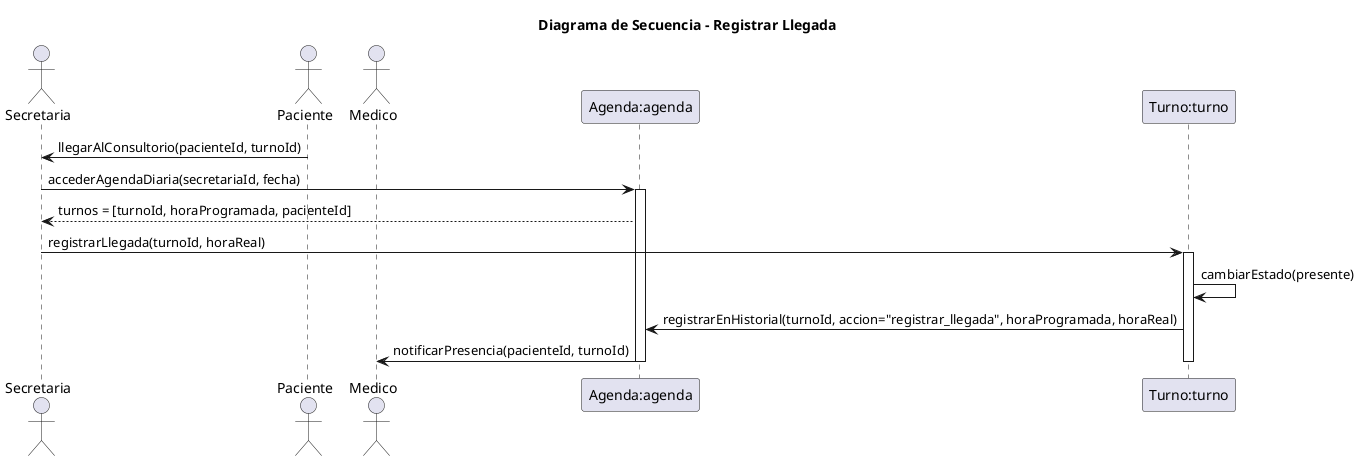
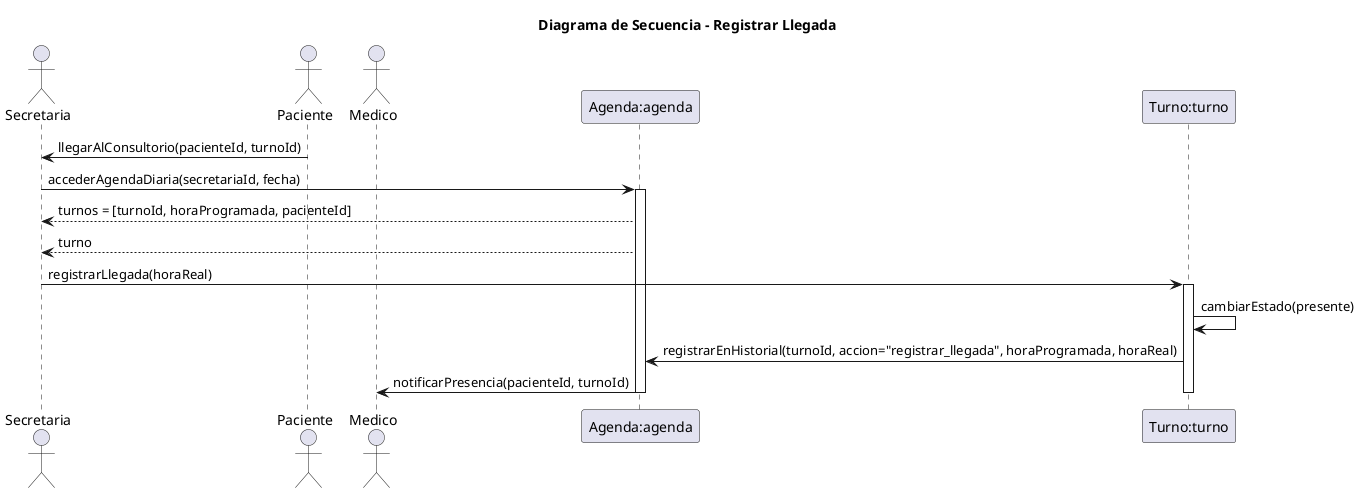
@startuml 05-secuencia-registrar-llegada-04

title Diagrama de Secuencia - Registrar Llegada
' Nombre del escenario: Registrar Llegada del Paciente - Flujo Principal
' Archivo: diagramas/03-escenarios-casos-de-uso/03-registrar-llegada-flujo-principal.md
' Objetivo: Representar el registro de llegada de un paciente en el día de la cita, involucrando secretaria, paciente, médico y sistema, basado en responsabilidades de CRC (Secretaria gestiona turnos, Turno modifica estados, Medico atiende pacientes, Agenda muestra turnos).

actor Secretaria as secretaria
actor Paciente as paciente
actor Medico as medico
participant "Agenda:agenda" as agenda
participant "Turno:turno" as turno

paciente -> secretaria: llegarAlConsultorio(pacienteId, turnoId)

secretaria -> agenda: accederAgendaDiaria(secretariaId, fecha)
activate agenda

agenda --> secretaria: turnos = [turnoId, horaProgramada, pacienteId]
- secretaria -> turno: registrarLlegada(turnoId, horaReal)
+ agenda --> secretaria: turno
+ secretaria -> turno: registrarLlegada(horaReal)
activate turno

turno -> turno: cambiarEstado(presente)
turno -> agenda: registrarEnHistorial(turnoId, accion="registrar_llegada", horaProgramada, horaReal)

agenda -> medico: notificarPresencia(pacienteId, turnoId)

deactivate turno
deactivate agenda
@enduml
